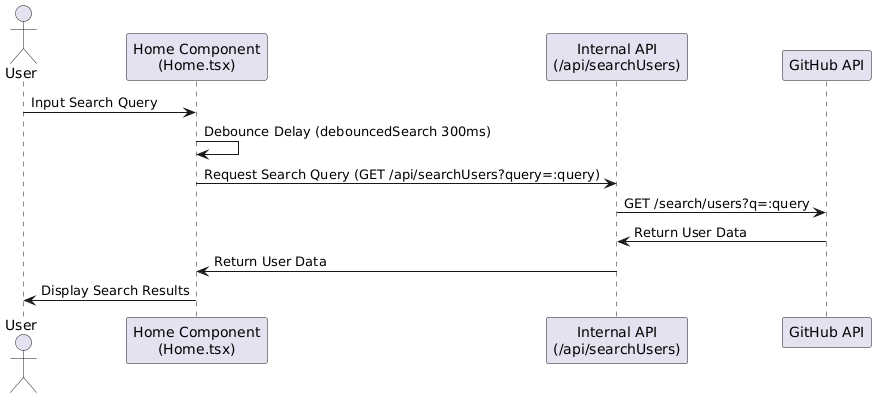
Above: docs/Home/Search.png in alana-or/github-users (PlantUML), before the change.
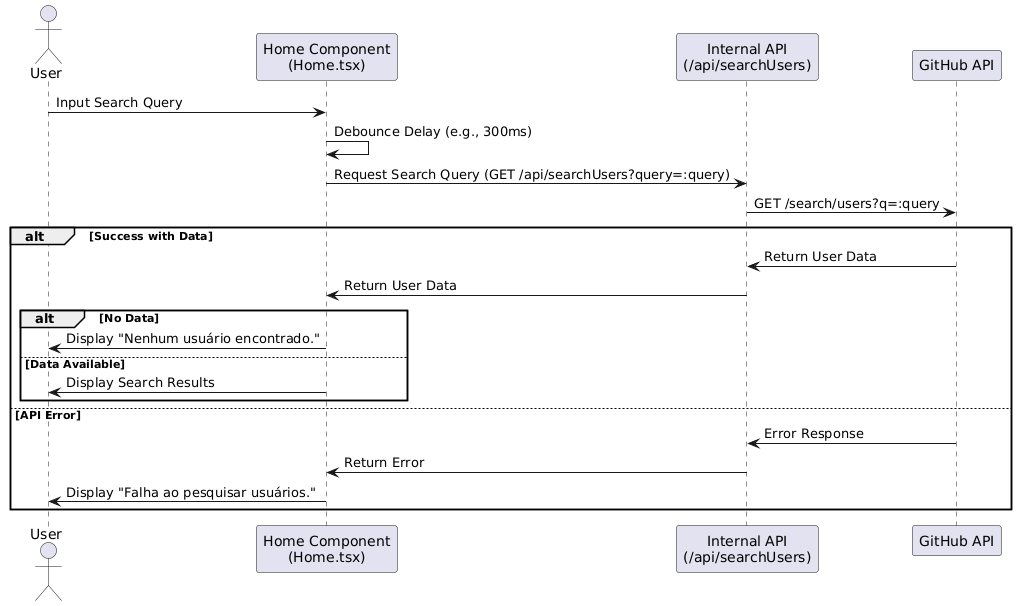
After the commit.

Change to the diagram source:
```diff
@@ -7,13 +7,23 @@
 
 User -> Home : Input Search Query
 
-Home -> Home : Debounce Delay (debouncedSearch 300ms)
+Home -> Home : Debounce Delay (e.g., 300ms)
 
 Home -> InternalAPI : Request Search Query (GET /api/searchUsers?query=:query)
 InternalAPI -> GitHubAPI : GET /search/users?q=:query
-GitHubAPI -> InternalAPI : Return User Data
 
-InternalAPI -> Home : Return User Data
+alt Success with Data
+    GitHubAPI -> InternalAPI : Return User Data
+    InternalAPI -> Home : Return User Data
 
-Home -> User : Display Search Results
+    alt No Data
+        Home -> User : Display "Nenhum usuário encontrado."
+    else Data Available
+        Home -> User : Display Search Results
+    end
+else API Error
+    GitHubAPI -> InternalAPI : Error Response
+    InternalAPI -> Home : Return Error
+    Home -> User : Display "Falha ao pesquisar usuários."
+end
 @enduml
```
